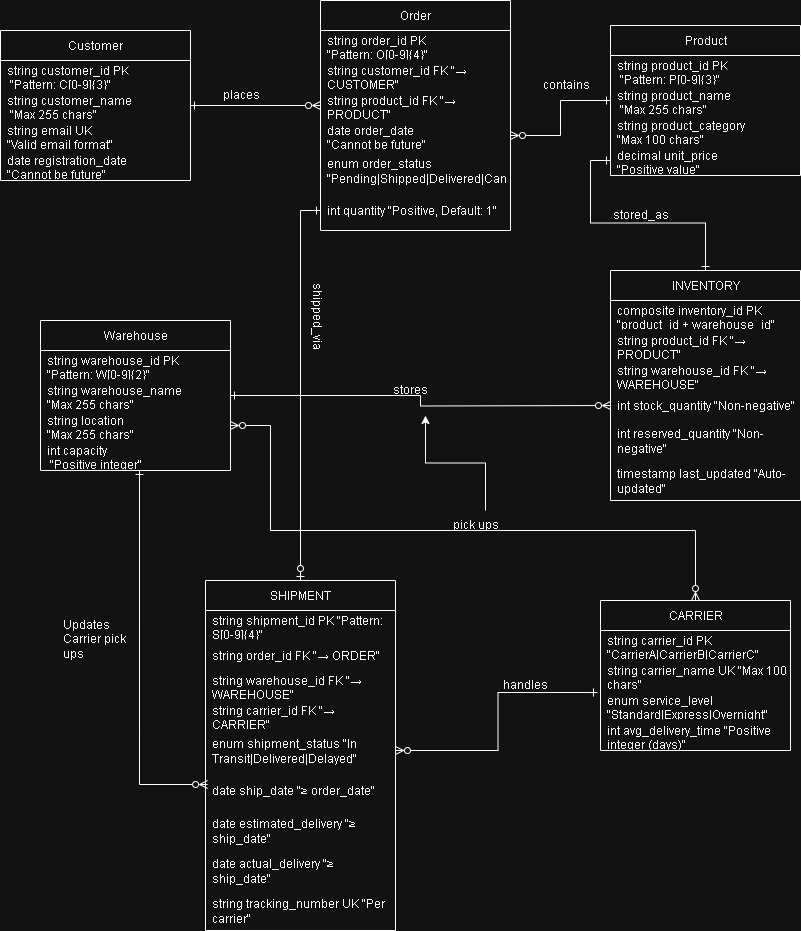
Above: Task_1/oa.drawio.png in Ashish372/AplosInnovation (draw.io), before the change. Source tidied: cells renumbered, new cells last; positions are measured from the earlier drawing's top-left corner, leaving out a move shared by most shapes.
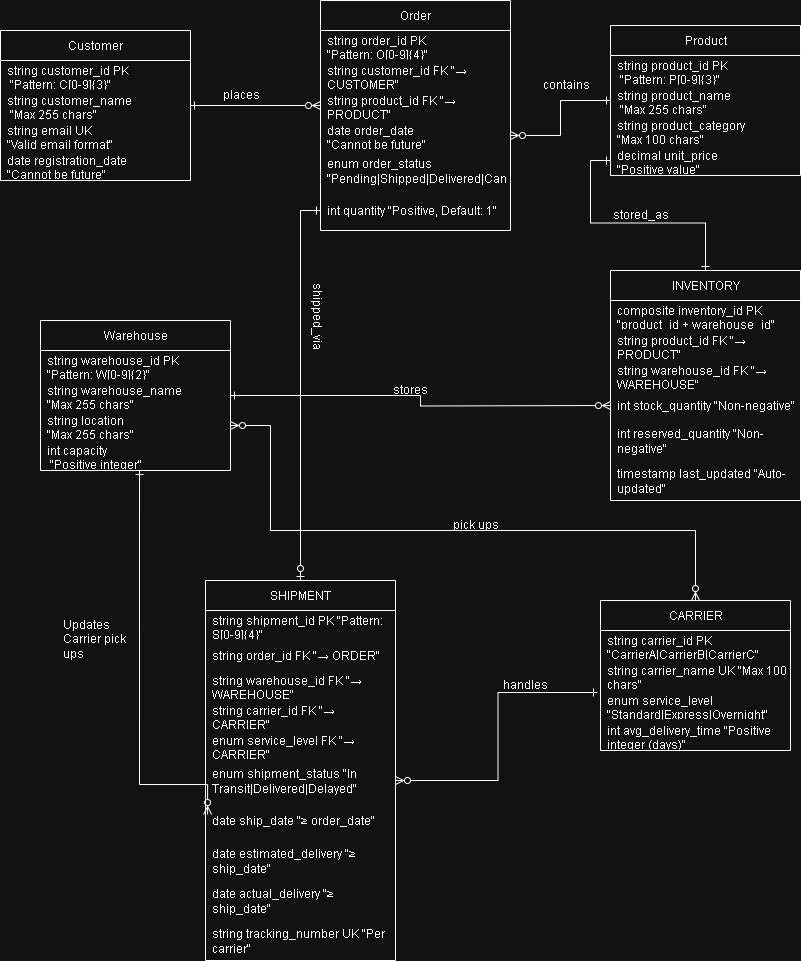
The same diagram one commit later.

Change to the diagram source:
```diff
@@ -99,7 +99,7 @@
       <mxGeometry relative="1" as="geometry" />
     </mxCell>
     <mxCell id="34" value="SHIPMENT" style="swimlane;fontStyle=0;horizontal=1;startSize=30;whiteSpace=wrap;html=1;" parent="1" vertex="1">
-      <mxGeometry x="205" y="580" width="190" height="350" as="geometry" />
+      <mxGeometry x="205" y="580" width="190" height="380" as="geometry" />
     </mxCell>
     <mxCell id="35" value=" string shipment_id PK &quot;Pattern: S[0-9]{4}&quot;" style="text;strokeColor=none;fillColor=none;align=left;verticalAlign=middle;spacingLeft=4;spacingRight=4;overflow=hidden;whiteSpace=wrap;html=1;" parent="34" vertex="1">
       <mxGeometry y="30" width="190" height="30" as="geometry" />
@@ -113,20 +113,23 @@
     <mxCell id="38" value="string carrier_id FK &quot;→ CARRIER&quot;" style="text;strokeColor=none;fillColor=none;align=left;verticalAlign=middle;spacingLeft=4;spacingRight=4;overflow=hidden;whiteSpace=wrap;html=1;" parent="34" vertex="1">
       <mxGeometry y="120" width="190" height="30" as="geometry" />
     </mxCell>
+    <mxCell id="63" value="enum service_level FK &quot;→ CARRIER&quot;" style="text;strokeColor=none;fillColor=none;align=left;verticalAlign=middle;spacingLeft=4;spacingRight=4;overflow=hidden;whiteSpace=wrap;html=1;" parent="34" vertex="1">
+      <mxGeometry y="150" width="190" height="30" as="geometry" />
+    </mxCell>
     <mxCell id="39" value="enum shipment_status &quot;In Transit|Delivered|Delayed&quot;" style="text;strokeColor=none;fillColor=none;align=left;verticalAlign=middle;spacingLeft=4;spacingRight=4;overflow=hidden;points=[[0,0.5],[1,0.5]];portConstraint=eastwest;whiteSpace=wrap;html=1;" parent="34" vertex="1">
-      <mxGeometry y="150" width="190" height="40" as="geometry" />
+      <mxGeometry y="180" width="190" height="40" as="geometry" />
     </mxCell>
     <mxCell id="40" value="date ship_date &quot;≥ order_date&quot;" style="text;strokeColor=none;fillColor=none;align=left;verticalAlign=middle;spacingLeft=4;spacingRight=4;overflow=hidden;points=[[0,0.5],[1,0.5]];portConstraint=eastwest;whiteSpace=wrap;html=1;" parent="34" vertex="1">
-      <mxGeometry y="190" width="190" height="40" as="geometry" />
+      <mxGeometry y="220" width="190" height="40" as="geometry" />
     </mxCell>
     <mxCell id="41" value="date estimated_delivery &quot;≥ ship_date&quot;" style="text;strokeColor=none;fillColor=none;align=left;verticalAlign=middle;spacingLeft=4;spacingRight=4;overflow=hidden;whiteSpace=wrap;html=1;" parent="34" vertex="1">
-      <mxGeometry y="230" width="190" height="40" as="geometry" />
+      <mxGeometry y="260" width="190" height="40" as="geometry" />
     </mxCell>
     <mxCell id="42" value="date actual_delivery &quot;≥ ship_date&quot;" style="text;strokeColor=none;fillColor=none;align=left;verticalAlign=middle;spacingLeft=4;spacingRight=4;overflow=hidden;whiteSpace=wrap;html=1;" parent="34" vertex="1">
-      <mxGeometry y="270" width="190" height="40" as="geometry" />
+      <mxGeometry y="300" width="190" height="40" as="geometry" />
     </mxCell>
     <mxCell id="43" value="string tracking_number UK &quot;Per carrier&quot;" style="text;strokeColor=none;fillColor=none;align=left;verticalAlign=middle;spacingLeft=4;spacingRight=4;overflow=hidden;whiteSpace=wrap;html=1;" parent="34" vertex="1">
-      <mxGeometry y="310" width="190" height="40" as="geometry" />
+      <mxGeometry y="340" width="190" height="40" as="geometry" />
     </mxCell>
     <mxCell id="44" value="CARRIER" style="swimlane;fontStyle=0;horizontal=1;startSize=30;whiteSpace=wrap;html=1;" parent="1" vertex="1">
       <mxGeometry x="600" y="600" width="190" height="150" as="geometry" />
@@ -191,9 +194,6 @@
         </Array>
       </mxGeometry>
     </mxCell>
-    <mxCell id="61" style="edgeStyle=orthogonalEdgeStyle;rounded=0;jettySize=auto;html=1;" parent="1" edge="1" source="62" target="54">
-      <mxGeometry relative="1" as="geometry" />
-    </mxCell>
     <mxCell id="62" value="pick ups" style="text;whiteSpace=wrap;html=1;" parent="1" vertex="1">
       <mxGeometry x="450" y="510" width="70" height="40" as="geometry" />
     </mxCell>
```
